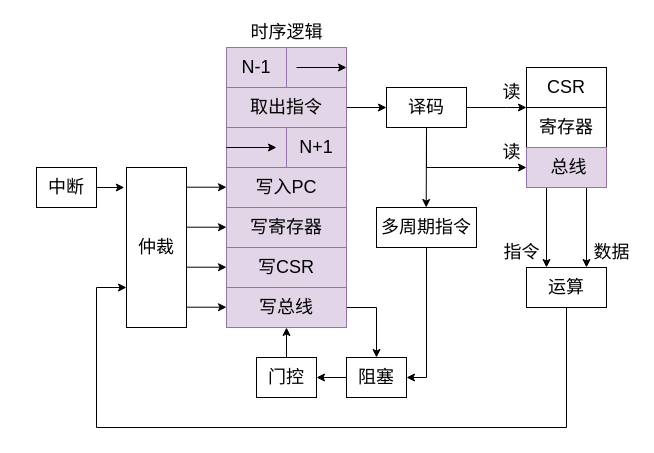
This is pic/drawio/流程框图.drawio from xiaowuzxc/SparrowRV, a draw.io file, before an edit. Source tidied: cells renumbered, new cells numbered last; positions are measured from the earlier drawing's top-left corner, leaving out a move shared by most shapes. Both pictures are drawn from the tidied source at 100%, with x=0, y=0 at pixel (36, 17).
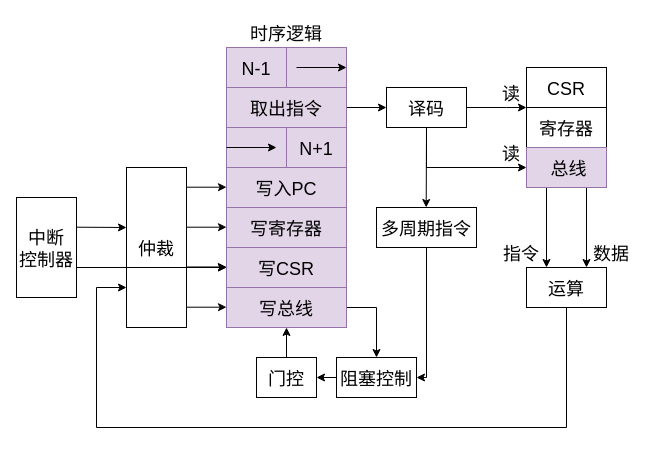
After the change.

What changed in the source:
```diff
@@
-    <mxCell id="2" style="rounded=0;whiteSpace=wrap;html=1;fontSize=18;fillColor=#e1d5e7;strokeColor=#9673a6;" parent="1" vertex="1">
+    <mxCell id="2" style="rounded=0;fontSize=18;fillColor=#e1d5e7;strokeColor=#9673a6;" parent="1" vertex="1">
       <mxGeometry x="190" y="30" width="120" height="280" as="geometry" />
     </mxCell>
-    <mxCell id="3" value="门控" style="rounded=0;whiteSpace=wrap;html=1;fontSize=18;" parent="1" vertex="1">
+    <mxCell id="3" value="门控" style="rounded=0;fontSize=18;" parent="1" vertex="1">
       <mxGeometry x="220" y="340" width="60" height="40" as="geometry" />
     </mxCell>
-    <mxCell id="4" style="endArrow=classic;html=1;rounded=0;fontSize=18;" parent="1" edge="1">
+    <mxCell id="4" style="endArrow=classic;rounded=0;fontSize=18;" parent="1" edge="1">
       <mxGeometry relative="1" as="geometry">
         <mxPoint x="250" y="340" as="sourcePoint" />
         <mxPoint x="250" y="310" as="targetPoint" />
       </mxGeometry>
     </mxCell>
-    <mxCell id="5" value="写寄存器" style="rounded=0;whiteSpace=wrap;html=1;fontSize=18;fillColor=#e1d5e7;strokeColor=#9673a6;" parent="1" vertex="1">
+    <mxCell id="5" value="写寄存器" style="rounded=0;fontSize=18;fillColor=#e1d5e7;strokeColor=#9673a6;" parent="1" vertex="1">
       <mxGeometry x="190" y="190" width="120" height="40" as="geometry" />
     </mxCell>
-    <mxCell id="6" style="edgeStyle=orthogonalEdgeStyle;rounded=0;jettySize=auto;html=1;exitX=1;exitY=0.5;exitDx=0;exitDy=0;entryX=0;entryY=0.5;entryDx=0;entryDy=0;fontSize=18;" parent="1" edge="1" source="7" target="19">
+    <mxCell id="6" style="edgeStyle=orthogonalEdgeStyle;rounded=0;jettySize=auto;exitX=1;exitY=0.5;exitDx=0;exitDy=0;entryX=0;entryY=0.5;entryDx=0;entryDy=0;fontSize=18;" parent="1" edge="1" source="7" target="19">
       <mxGeometry relative="1" as="geometry" />
     </mxCell>
-    <mxCell id="7" value="取出指令" style="whiteSpace=wrap;html=1;fontSize=18;fillColor=#e1d5e7;strokeColor=#9673a6;" parent="1" vertex="1">
+    <mxCell id="7" value="取出指令" style="fontSize=18;fillColor=#e1d5e7;strokeColor=#9673a6;" parent="1" vertex="1">
       <mxGeometry x="190" y="70" width="120" height="40" as="geometry" />
     </mxCell>
-    <mxCell id="8" style="endArrow=classic;html=1;rounded=0;fontSize=18;fillColor=#e1d5e7;strokeColor=#000000;" parent="1" edge="1">
+    <mxCell id="8" style="endArrow=classic;rounded=0;fontSize=18;fillColor=#e1d5e7;strokeColor=#000000;" parent="1" edge="1">
       <mxGeometry relative="1" as="geometry">
         <mxPoint x="260" y="50" as="sourcePoint" />
         <mxPoint x="310" y="50" as="targetPoint" />
       </mxGeometry>
     </mxCell>
-    <mxCell id="9" value="写入PC" style="rounded=0;whiteSpace=wrap;html=1;fontSize=18;fillColor=#e1d5e7;strokeColor=#9673a6;" parent="1" vertex="1">
+    <mxCell id="9" value="写入PC" style="rounded=0;fontSize=18;fillColor=#e1d5e7;strokeColor=#9673a6;" parent="1" vertex="1">
       <mxGeometry x="190" y="150" width="120" height="40" as="geometry" />
     </mxCell>
-    <mxCell id="10" style="endArrow=classic;html=1;rounded=0;fontSize=18;fillColor=#e1d5e7;strokeColor=#000000;" parent="1" edge="1">
+    <mxCell id="10" style="endArrow=classic;rounded=0;fontSize=18;fillColor=#e1d5e7;strokeColor=#000000;" parent="1" edge="1">
       <mxGeometry relative="1" as="geometry">
         <mxPoint x="190" y="130" as="sourcePoint" />
         <mxPoint x="240" y="130" as="targetPoint" />
       </mxGeometry>
     </mxCell>
-    <mxCell id="11" value="N-1" style="rounded=0;whiteSpace=wrap;html=1;fontSize=18;fillColor=#e1d5e7;strokeColor=#9673a6;" parent="1" vertex="1">
+    <mxCell id="11" value="N-1" style="rounded=0;fontSize=18;fillColor=#e1d5e7;strokeColor=#9673a6;" parent="1" vertex="1">
       <mxGeometry x="190" y="30" width="60" height="40" as="geometry" />
     </mxCell>
-    <mxCell id="12" value="N+1" style="rounded=0;whiteSpace=wrap;html=1;fontSize=18;fillColor=#e1d5e7;strokeColor=#9673a6;" parent="1" vertex="1">
+    <mxCell id="12" value="N+1" style="rounded=0;fontSize=18;fillColor=#e1d5e7;strokeColor=#9673a6;" parent="1" vertex="1">
       <mxGeometry x="250" y="110" width="60" height="40" as="geometry" />
     </mxCell>
-    <mxCell id="13" style="edgeStyle=orthogonalEdgeStyle;rounded=0;jettySize=auto;html=1;exitX=1;exitY=0.5;exitDx=0;exitDy=0;entryX=0.5;entryY=0;entryDx=0;entryDy=0;fontSize=18;" parent="1" edge="1" source="14" target="39">
+    <mxCell id="13" style="edgeStyle=orthogonalEdgeStyle;rounded=0;jettySize=auto;exitX=1;exitY=0.5;exitDx=0;exitDy=0;entryX=0.5;entryY=0;entryDx=0;entryDy=0;fontSize=18;" parent="1" edge="1" source="14" target="39">
       <mxGeometry relative="1" as="geometry" />
     </mxCell>
-    <mxCell id="14" value="写总线" style="whiteSpace=wrap;html=1;fontSize=18;fillColor=#e1d5e7;strokeColor=#9673a6;" parent="1" vertex="1">
+    <mxCell id="14" value="写总线" style="fontSize=18;fillColor=#e1d5e7;strokeColor=#9673a6;" parent="1" vertex="1">
       <mxGeometry x="190" y="270" width="120" height="40" as="geometry" />
     </mxCell>
-    <mxCell id="15" value="写CSR" style="whiteSpace=wrap;html=1;fontSize=18;fillColor=#e1d5e7;strokeColor=#9673a6;" parent="1" vertex="1">
+    <mxCell id="15" value="写CSR" style="fontSize=18;fillColor=#e1d5e7;strokeColor=#9673a6;" parent="1" vertex="1">
       <mxGeometry x="190" y="230" width="120" height="40" as="geometry" />
     </mxCell>
-    <mxCell id="16" value="时序逻辑" style="text;html=1;align=center;verticalAlign=middle;strokeColor=none;fillColor=none;fontSize=18;" parent="1" vertex="1">
+    <mxCell id="16" value="时序逻辑" style="text;align=center;verticalAlign=middle;strokeColor=none;fillColor=none;fontSize=18;" parent="1" vertex="1">
       <mxGeometry x="205" width="90" height="30" as="geometry" />
     </mxCell>
-    <mxCell id="17" style="edgeStyle=orthogonalEdgeStyle;rounded=0;jettySize=auto;html=1;exitX=1;exitY=0.5;exitDx=0;exitDy=0;entryX=0;entryY=1;entryDx=0;entryDy=0;fontSize=18;" parent="1" edge="1" source="19" target="21">
+    <mxCell id="17" style="edgeStyle=orthogonalEdgeStyle;rounded=0;jettySize=auto;exitX=1;exitY=0.5;exitDx=0;exitDy=0;entryX=0;entryY=1;entryDx=0;entryDy=0;fontSize=18;" parent="1" edge="1" source="19" target="21">
       <mxGeometry relative="1" as="geometry">
         <Array as="points">
           <mxPoint x="470" y="90" />
           <mxPoint x="470" y="90" />
         </Array>
       </mxGeometry>
     </mxCell>
-    <mxCell id="18" style="edgeStyle=orthogonalEdgeStyle;rounded=0;jettySize=auto;html=1;exitX=0.5;exitY=1;exitDx=0;exitDy=0;entryX=0;entryY=0.5;entryDx=0;entryDy=0;fontSize=18;" parent="1" edge="1" source="19" target="30">
+    <mxCell id="18" style="edgeStyle=orthogonalEdgeStyle;rounded=0;jettySize=auto;exitX=0.5;exitY=1;exitDx=0;exitDy=0;entryX=0;entryY=0.5;entryDx=0;entryDy=0;fontSize=18;" parent="1" edge="1" source="19" target="30">
       <mxGeometry relative="1" as="geometry" />
     </mxCell>
-    <mxCell id="19" value="译码" style="rounded=0;whiteSpace=wrap;html=1;fontSize=18;" parent="1" vertex="1">
+    <mxCell id="19" value="译码" style="rounded=0;fontSize=18;" parent="1" vertex="1">
       <mxGeometry x="350" y="70" width="80" height="40" as="geometry" />
     </mxCell>
-    <mxCell id="20" value="寄存器" style="rounded=0;whiteSpace=wrap;html=1;fontSize=18;" parent="1" vertex="1">
+    <mxCell id="20" value="寄存器" style="rounded=0;fontSize=18;" parent="1" vertex="1">
       <mxGeometry x="490" y="90" width="80" height="40" as="geometry" />
     </mxCell>
-    <mxCell id="21" value="CSR" style="whiteSpace=wrap;html=1;fontSize=18;" parent="1" vertex="1">
+    <mxCell id="21" value="CSR" style="fontSize=18;" parent="1" vertex="1">
       <mxGeometry x="490" y="50" width="80" height="40" as="geometry" />
     </mxCell>
-    <mxCell id="22" style="edgeStyle=orthogonalEdgeStyle;rounded=0;jettySize=auto;html=1;exitX=0.5;exitY=1;exitDx=0;exitDy=0;entryX=0;entryY=0.75;entryDx=0;entryDy=0;fontSize=18;" parent="1" edge="1" source="23" target="31">
+    <mxCell id="22" style="edgeStyle=orthogonalEdgeStyle;rounded=0;jettySize=auto;exitX=0.5;exitY=1;exitDx=0;exitDy=0;entryX=0;entryY=0.75;entryDx=0;entryDy=0;fontSize=18;" parent="1" edge="1" source="23" target="31">
       <mxGeometry relative="1" as="geometry">
         <Array as="points">
           <mxPoint x="530" y="410" />
           <mxPoint x="60" y="410" />
           <mxPoint x="60" y="270" />
         </Array>
       </mxGeometry>
     </mxCell>
-    <mxCell id="23" value="运算" style="rounded=0;whiteSpace=wrap;html=1;fontSize=18;" parent="1" vertex="1">
+    <mxCell id="23" value="运算" style="rounded=0;fontSize=18;" parent="1" vertex="1">
       <mxGeometry x="490" y="250" width="80" height="40" as="geometry" />
     </mxCell>
-    <mxCell id="24" style="edgeStyle=orthogonalEdgeStyle;rounded=0;jettySize=auto;html=1;exitX=0.5;exitY=1;exitDx=0;exitDy=0;entryX=1;entryY=0.5;entryDx=0;entryDy=0;fontSize=18;" parent="1" edge="1" source="25" target="39">
-      <mxGeometry relative="1" as="geometry" />
+    <mxCell id="24" style="edgeStyle=orthogonalEdgeStyle;rounded=0;jettySize=auto;exitX=0.5;exitY=1;exitDx=0;exitDy=0;entryX=1;entryY=0.5;entryDx=0;entryDy=0;fontSize=18;" parent="1" edge="1" source="25" target="39">
+      <mxGeometry relative="1" as="geometry">
+        <Array as="points">
+          <mxPoint x="390" y="360" />
+        </Array>
+      </mxGeometry>
     </mxCell>
-    <mxCell id="25" value="多周期指令" style="whiteSpace=wrap;html=1;fontSize=18;" parent="1" vertex="1">
+    <mxCell id="25" value="多周期指令" style="fontSize=18;" parent="1" vertex="1">
       <mxGeometry x="340" y="190" width="100" height="40" as="geometry" />
     </mxCell>
-    <mxCell id="26" style="endArrow=classic;html=1;rounded=0;fontSize=18;exitX=0.5;exitY=1;exitDx=0;exitDy=0;" parent="1" edge="1" source="19">
+    <mxCell id="26" style="endArrow=classic;rounded=0;fontSize=18;exitX=0.5;exitY=1;exitDx=0;exitDy=0;" parent="1" edge="1" source="19">
       <mxGeometry relative="1" as="geometry">
         <mxPoint x="389.7" y="190" as="targetPoint" />
       </mxGeometry>
     </mxCell>
-    <mxCell id="27" value="读" style="text;html=1;align=center;verticalAlign=middle;strokeColor=none;fillColor=none;fontSize=18;" parent="1" vertex="1">
+    <mxCell id="27" value="读" style="text;align=center;verticalAlign=middle;strokeColor=none;fillColor=none;fontSize=18;" parent="1" vertex="1">
       <mxGeometry x="460" y="60" width="30" height="30" as="geometry" />
     </mxCell>
-    <mxCell id="28" style="edgeStyle=orthogonalEdgeStyle;rounded=0;jettySize=auto;html=1;exitX=0.25;exitY=1;exitDx=0;exitDy=0;entryX=0.25;entryY=0;entryDx=0;entryDy=0;fontSize=18;" parent="1" edge="1" source="30" target="23">
+    <mxCell id="28" style="edgeStyle=orthogonalEdgeStyle;rounded=0;jettySize=auto;exitX=0.25;exitY=1;exitDx=0;exitDy=0;entryX=0.25;entryY=0;entryDx=0;entryDy=0;fontSize=18;" parent="1" edge="1" source="30" target="23">
       <mxGeometry relative="1" as="geometry" />
     </mxCell>
-    <mxCell id="29" style="edgeStyle=orthogonalEdgeStyle;rounded=0;jettySize=auto;html=1;exitX=0.75;exitY=1;exitDx=0;exitDy=0;entryX=0.75;entryY=0;entryDx=0;entryDy=0;fontSize=18;" parent="1" edge="1" source="30" target="23">
+    <mxCell id="29" style="edgeStyle=orthogonalEdgeStyle;rounded=0;jettySize=auto;exitX=0.75;exitY=1;exitDx=0;exitDy=0;entryX=0.75;entryY=0;entryDx=0;entryDy=0;fontSize=18;" parent="1" edge="1" source="30" target="23">
       <mxGeometry relative="1" as="geometry" />
     </mxCell>
-    <mxCell id="30" value="&amp;nbsp;总线" style="rounded=0;whiteSpace=wrap;html=1;fontSize=18;fillColor=#e1d5e7;strokeColor=#9673a6;" parent="1" vertex="1">
+    <mxCell id="30" value=" 总线" style="rounded=0;fontSize=18;fillColor=#e1d5e7;strokeColor=#9673a6;" parent="1" vertex="1">
       <mxGeometry x="490" y="130" width="80" height="40" as="geometry" />
     </mxCell>
-    <mxCell id="31" value="仲裁" style="rounded=0;whiteSpace=wrap;html=1;fontSize=18;" parent="1" vertex="1">
+    <mxCell id="31" value="仲裁" style="rounded=0;fontSize=18;" parent="1" vertex="1">
       <mxGeometry x="90" y="150" width="60" height="160" as="geometry" />
     </mxCell>
-    <mxCell id="32" style="endArrow=classic;html=1;rounded=0;fontSize=18;" parent="1" edge="1">
+    <mxCell id="32" style="endArrow=classic;rounded=0;fontSize=18;" parent="1" edge="1">
       <mxGeometry relative="1" as="geometry">
         <mxPoint x="150" y="169.7" as="sourcePoint" />
         <mxPoint x="190" y="169.7" as="targetPoint" />
       </mxGeometry>
     </mxCell>
-    <mxCell id="33" style="endArrow=classic;html=1;rounded=0;fontSize=18;" parent="1" edge="1">
+    <mxCell id="33" style="endArrow=classic;rounded=0;fontSize=18;" parent="1" edge="1">
       <mxGeometry relative="1" as="geometry">
         <mxPoint x="150" y="209.7" as="sourcePoint" />
         <mxPoint x="190" y="209.7" as="targetPoint" />
       </mxGeometry>
     </mxCell>
-    <mxCell id="34" style="endArrow=classic;html=1;rounded=0;fontSize=18;" parent="1" edge="1">
+    <mxCell id="34" style="endArrow=classic;rounded=0;fontSize=18;" parent="1" edge="1">
       <mxGeometry relative="1" as="geometry">
         <mxPoint x="150" y="249.7" as="sourcePoint" />
         <mxPoint x="190" y="249.7" as="targetPoint" />
       </mxGeometry>
     </mxCell>
-    <mxCell id="35" style="endArrow=classic;html=1;rounded=0;fontSize=18;" parent="1" edge="1">
+    <mxCell id="35" style="endArrow=classic;rounded=0;fontSize=18;" parent="1" edge="1">
       <mxGeometry relative="1" as="geometry">
         <mxPoint x="150" y="289.7" as="sourcePoint" />
         <mxPoint x="190" y="289.7" as="targetPoint" />
       </mxGeometry>
     </mxCell>
-    <mxCell id="36" style="edgeStyle=orthogonalEdgeStyle;rounded=0;jettySize=auto;html=1;exitX=1;exitY=0.5;exitDx=0;exitDy=0;entryX=-0.037;entryY=0.123;entryDx=0;entryDy=0;entryPerimeter=0;fontSize=18;" parent="1" edge="1" source="37" target="31">
-      <mxGeometry relative="1" as="geometry" />
-    </mxCell>
-    <mxCell id="37" value="中断" style="whiteSpace=wrap;html=1;fontSize=18;" parent="1" vertex="1">
-      <mxGeometry y="150" width="60" height="40" as="geometry" />
+    <mxCell id="37" value="中断&#10;控制器" style="fontSize=18;" parent="1" vertex="1">
+      <mxGeometry x="-20" y="180" width="60" height="100" as="geometry" />
     </mxCell>
-    <mxCell id="38" style="edgeStyle=orthogonalEdgeStyle;rounded=0;jettySize=auto;html=1;exitX=0;exitY=0.5;exitDx=0;exitDy=0;entryX=1;entryY=0.5;entryDx=0;entryDy=0;fontSize=18;" parent="1" edge="1" source="39" target="3">
+    <mxCell id="38" style="edgeStyle=orthogonalEdgeStyle;rounded=0;jettySize=auto;exitX=0;exitY=0.5;exitDx=0;exitDy=0;entryX=1;entryY=0.5;entryDx=0;entryDy=0;fontSize=18;" parent="1" edge="1" source="39" target="3">
       <mxGeometry relative="1" as="geometry" />
     </mxCell>
-    <mxCell id="39" value="阻塞" style="whiteSpace=wrap;html=1;fontSize=18;" parent="1" vertex="1">
-      <mxGeometry x="310" y="340" width="60" height="40" as="geometry" />
+    <mxCell id="39" value="阻塞控制" style="fontSize=18;" parent="1" vertex="1">
+      <mxGeometry x="300" y="340" width="80" height="40" as="geometry" />
     </mxCell>
-    <mxCell id="40" value="读" style="text;html=1;align=center;verticalAlign=middle;strokeColor=none;fillColor=none;fontSize=18;" parent="1" vertex="1">
+    <mxCell id="40" value="读" style="text;align=center;verticalAlign=middle;strokeColor=none;fillColor=none;fontSize=18;" parent="1" vertex="1">
       <mxGeometry x="460" y="120" width="30" height="30" as="geometry" />
     </mxCell>
-    <mxCell id="41" value="指令" style="text;html=1;align=center;verticalAlign=middle;strokeColor=none;fillColor=none;fontSize=18;" parent="1" vertex="1">
+    <mxCell id="41" value="指令" style="text;align=center;verticalAlign=middle;strokeColor=none;fillColor=none;fontSize=18;" parent="1" vertex="1">
       <mxGeometry x="460" y="220" width="50" height="30" as="geometry" />
     </mxCell>
-    <mxCell id="42" value="数据" style="text;html=1;align=center;verticalAlign=middle;strokeColor=none;fillColor=none;fontSize=18;" parent="1" vertex="1">
+    <mxCell id="42" value="数据" style="text;align=center;verticalAlign=middle;strokeColor=none;fillColor=none;fontSize=18;" parent="1" vertex="1">
       <mxGeometry x="550" y="220" width="50" height="30" as="geometry" />
     </mxCell>
+    <mxCell id="43" style="endArrow=classic;rounded=0;fontSize=18;" parent="1" edge="1">
+      <mxGeometry relative="1" as="geometry">
+        <mxPoint x="150" y="249.7" as="sourcePoint" />
+        <mxPoint x="190" y="249.7" as="targetPoint" />
+      </mxGeometry>
+    </mxCell>
+    <mxCell id="44" style="endArrow=classic;rounded=0;fontSize=18;" parent="1" edge="1">
+      <mxGeometry relative="1" as="geometry">
+        <mxPoint x="40" y="250" as="sourcePoint" />
+        <mxPoint x="190" y="250" as="targetPoint" />
+      </mxGeometry>
+    </mxCell>
+    <mxCell id="45" style="endArrow=classic;rounded=0;fontSize=18;" parent="1" edge="1">
+      <mxGeometry relative="1" as="geometry">
+        <mxPoint x="40" y="209.7" as="sourcePoint" />
+        <mxPoint x="90" y="210" as="targetPoint" />
+      </mxGeometry>
+    </mxCell>
```
